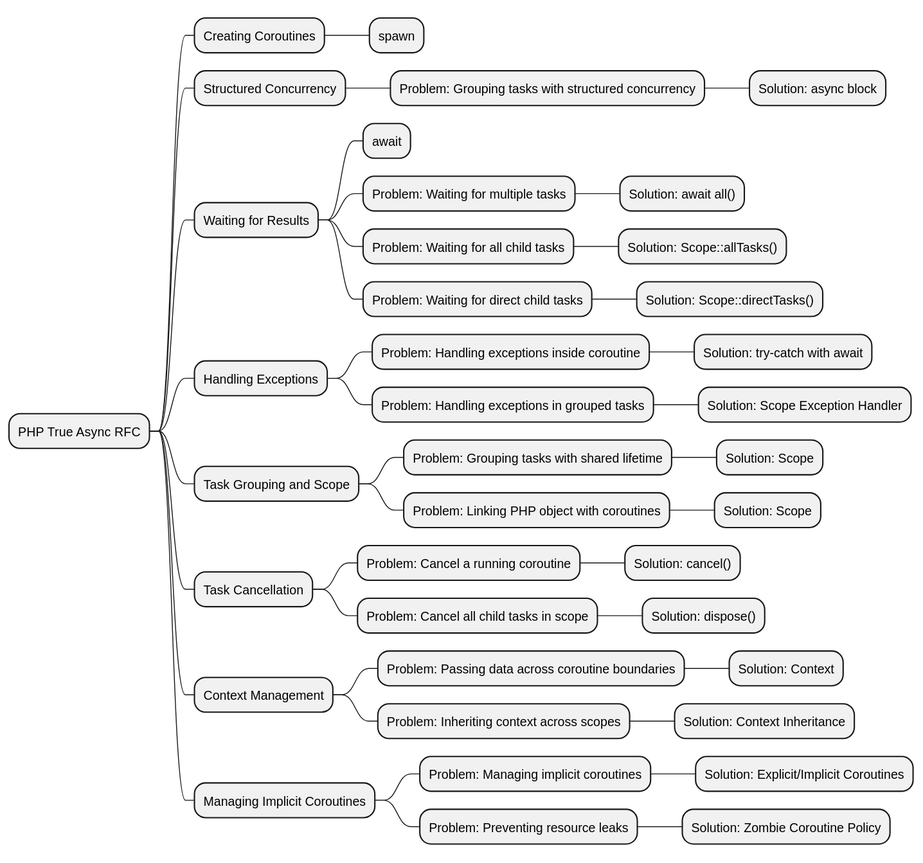
true-async/php-true-async-rfc keeps this PlantUML diagram as diagrams/mind-map.svg. Above is the earlier version. Its diagram source:
```plantuml
@startmindmap

* PHP True Async RFC
** Creating Coroutines
*** spawn
** Structured Concurrency
*** Problem: Grouping tasks with structured concurrency
**** Solution: async block
** Waiting for Results
*** await
*** Problem: Waiting for multiple tasks
**** Solution: await all()
*** Problem: Waiting for all child tasks
**** Solution: Scope::allTasks()
*** Problem: Waiting for direct child tasks
**** Solution: Scope::directTasks()
** Handling Exceptions
*** Problem: Handling exceptions inside coroutine
**** Solution: try-catch with await
*** Problem: Handling exceptions in grouped tasks
**** Solution: Scope Exception Handler
** Task Grouping and Scope
*** Problem: Grouping tasks with shared lifetime
**** Solution: Scope
*** Problem: Linking PHP object with coroutines
**** Solution: Scope
** Task Cancellation
*** Problem: Cancel a running coroutine
**** Solution: cancel()
*** Problem: Cancel all child tasks in scope
**** Solution: dispose()
** Context Management
*** Problem: Passing data across coroutine boundaries
**** Solution: Context
*** Problem: Inheriting context across scopes
**** Solution: Context Inheritance
** Managing Implicit Coroutines
*** Problem: Managing implicit coroutines
**** Solution: Explicit/Implicit Coroutines
*** Problem: Preventing resource leaks
**** Solution: Zombie Coroutine Policy

@endmindmap
```
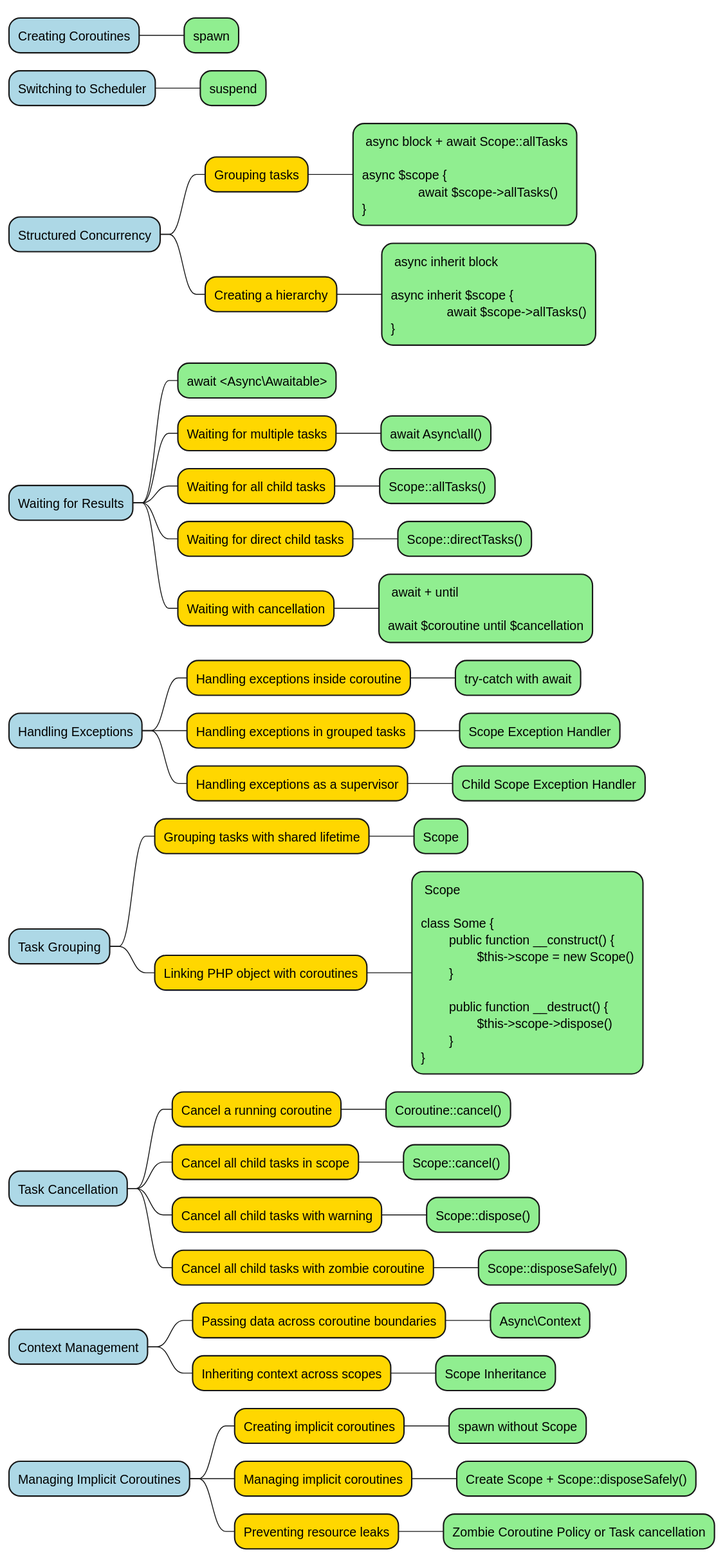
Later version of the same file.

Commit message:
Update mind-map and decision-tree diagrams: enhance coroutine and structured concurrency visuals

The edit, as a diff of the source:
```diff
@@ -1,43 +1,74 @@
 @startmindmap
+*[#lightblue] Creating Coroutines
+**[#lightgreen] spawn
+*[#lightblue] Switching to Scheduler
+**[#lightgreen] suspend
+*[#lightblue] Structured Concurrency
+**[#FFD700] Grouping tasks
+***[#lightgreen]: async block + await Scope::allTasks
 
-* PHP True Async RFC
-** Creating Coroutines
-*** spawn
-** Structured Concurrency
-*** Problem: Grouping tasks with structured concurrency
-**** Solution: async block
-** Waiting for Results
-*** await
-*** Problem: Waiting for multiple tasks
-**** Solution: await all()
-*** Problem: Waiting for all child tasks
-**** Solution: Scope::allTasks()
-*** Problem: Waiting for direct child tasks
-**** Solution: Scope::directTasks()
-** Handling Exceptions
-*** Problem: Handling exceptions inside coroutine
-**** Solution: try-catch with await
-*** Problem: Handling exceptions in grouped tasks
-**** Solution: Scope Exception Handler
-** Task Grouping and Scope
-*** Problem: Grouping tasks with shared lifetime
-**** Solution: Scope
-*** Problem: Linking PHP object with coroutines
-**** Solution: Scope
-** Task Cancellation
-*** Problem: Cancel a running coroutine
-**** Solution: cancel()
-*** Problem: Cancel all child tasks in scope
-**** Solution: dispose()
-** Context Management
-*** Problem: Passing data across coroutine boundaries
-**** Solution: Context
-*** Problem: Inheriting context across scopes
-**** Solution: Context Inheritance
-** Managing Implicit Coroutines
-*** Problem: Managing implicit coroutines
-**** Solution: Explicit/Implicit Coroutines
-*** Problem: Preventing resource leaks
-**** Solution: Zombie Coroutine Policy
+async $scope {
+		await $scope->allTasks()
+};
+**[#FFD700] Creating a hierarchy
+***[#lightgreen]: async inherit block
 
+async inherit $scope {
+		await $scope->allTasks()
+};
+*[#lightblue] Waiting for Results
+**[#lightgreen] await <Async\Awaitable>
+**[#FFD700] Waiting for multiple tasks
+***[#lightgreen] await Async\all()
+**[#FFD700] Waiting for all child tasks
+***[#lightgreen] Scope::allTasks()
+**[#FFD700] Waiting for direct child tasks
+***[#lightgreen] Scope::directTasks()
+**[#FFD700] Waiting with cancellation
+***[#lightgreen]: await + until
+
+await $coroutine until $cancellation;
+*[#lightblue] Handling Exceptions
+**[#FFD700] Handling exceptions inside coroutine
+***[#lightgreen] try-catch with await
+**[#FFD700] Handling exceptions in grouped tasks
+***[#lightgreen] Scope Exception Handler
+**[#FFD700] Handling exceptions as a supervisor
+***[#lightgreen] Child Scope Exception Handler
+*[#lightblue] Task Grouping
+**[#FFD700] Grouping tasks with shared lifetime
+***[#lightgreen] Scope
+**[#FFD700] Linking PHP object with coroutines
+***[#lightgreen]: Scope
+
+class Some {
+	public function __construct() {
+		$this->scope = new Scope()
+	}
+
+	public function __destruct() {
+		$this->scope->dispose()
+	}
+};
+*[#lightblue] Task Cancellation
+**[#FFD700] Cancel a running coroutine
+***[#lightgreen] Coroutine::cancel()
+**[#FFD700] Cancel all child tasks in scope
+***[#lightgreen] Scope::cancel()
+**[#FFD700] Cancel all child tasks with warning
+***[#lightgreen] Scope::dispose()
+**[#FFD700] Cancel all child tasks with zombie coroutine
+***[#lightgreen] Scope::disposeSafely()
+*[#lightblue] Context Management
+**[#FFD700] Passing data across coroutine boundaries
+***[#lightgreen] Async\Context
+**[#FFD700] Inheriting context across scopes
+***[#lightgreen] Scope Inheritance
+*[#lightblue] Managing Implicit Coroutines
+**[#FFD700] Creating implicit coroutines
+***[#lightgreen] spawn without Scope
+**[#FFD700] Managing implicit coroutines
+***[#lightgreen] Create Scope + Scope::disposeSafely()
+**[#FFD700] Preventing resource leaks
+***[#lightgreen] Zombie Coroutine Policy or Task cancellation
 @endmindmap
```
